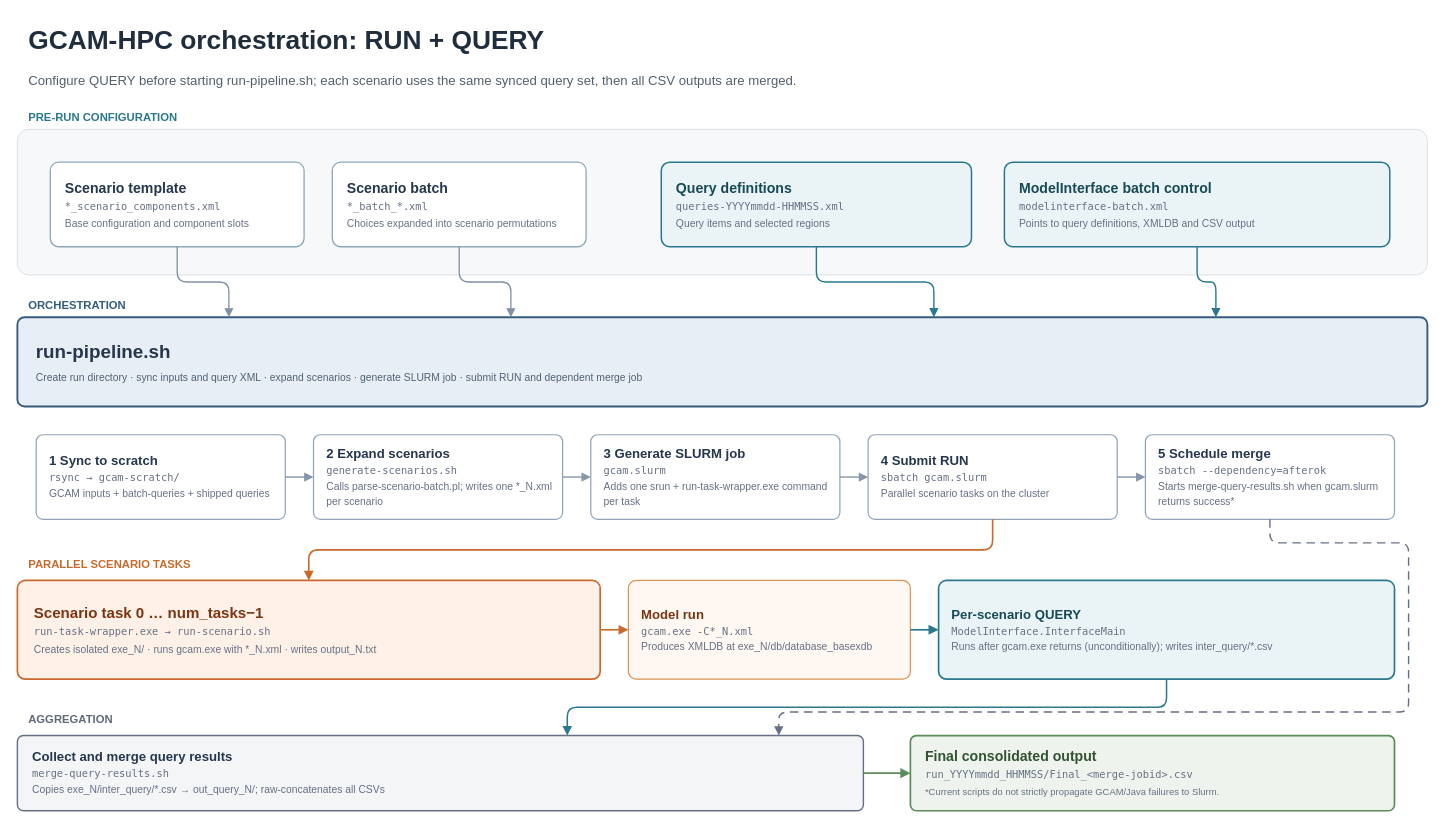
jerrysong0128/gcam-hpc-PKU keeps this draw.io diagram as asset/tutorial/gcam-hpc-tutorial.drawio. Above is the earlier version. Source tidied: cells renumbered, new cells numbered last; positions are measured from the earlier drawing's top-left corner, leaving out a move shared by most shapes. Both pictures are drawn from the tidied source at 94%, with x=0, y=0 at pixel (17, 16).
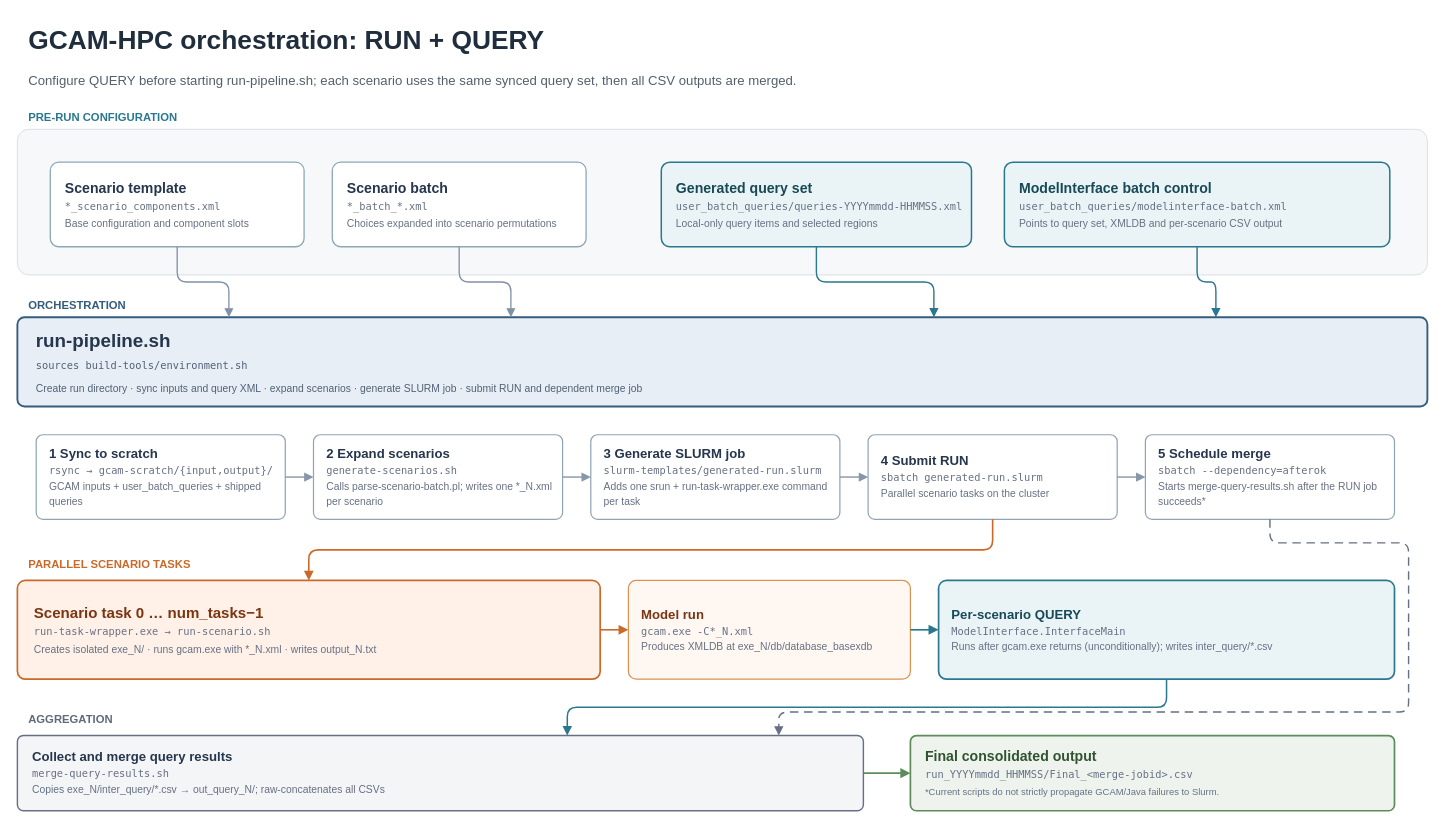
Above is the later version.

Commit message (it also covers changes not shown here):
Align documentation with the canonical GCAM-HPC workflow

Update README paths, runtime layout and query guidance, and revise the RUN plus QUERY architecture diagram for build-tools setup, local user query files and generated Slurm jobs.

The edit, as a diff of the source:
```diff
@@
-    <mxCell id="8" value="&lt;b&gt;Query definitions&lt;/b&gt;&lt;br&gt;&lt;span style=&quot;font-family:Menlo;font-size:11px;color:#667085&quot;&gt;queries-YYYYmmdd-HHMMSS.xml&lt;/span&gt;&lt;br&gt;&lt;span style=&quot;font-size:11px;color:#667085&quot;&gt;Query items and selected regions&lt;/span&gt;" style="rounded=1;arcSize=10;whiteSpace=wrap;html=1;fillColor=#EAF4F6;strokeColor=#2A788E;strokeWidth=1.6;fontFamily=Helvetica;fontSize=15;fontColor=#174A56;align=left;verticalAlign=middle;spacingLeft=14;" parent="1" vertex="1">
+    <mxCell id="8" value="&lt;b&gt;Generated query set&lt;/b&gt;&lt;br&gt;&lt;span style=&quot;font-family:Menlo;font-size:11px;color:#667085&quot;&gt;user_batch_queries/queries-YYYYmmdd-HHMMSS.xml&lt;/span&gt;&lt;br&gt;&lt;span style=&quot;font-size:11px;color:#667085&quot;&gt;Local-only query items and selected regions&lt;/span&gt;" style="rounded=1;arcSize=10;whiteSpace=wrap;html=1;fillColor=#EAF4F6;strokeColor=#2A788E;strokeWidth=1.6;fontFamily=Helvetica;fontSize=15;fontColor=#174A56;align=left;verticalAlign=middle;spacingLeft=14;" parent="1" vertex="1">
       <mxGeometry x="685" y="155" width="330" height="90" as="geometry" />
     </mxCell>
-    <mxCell id="9" value="&lt;b&gt;ModelInterface batch control&lt;/b&gt;&lt;br&gt;&lt;span style=&quot;font-family:Menlo;font-size:11px;color:#667085&quot;&gt;modelinterface-batch.xml&lt;/span&gt;&lt;br&gt;&lt;span style=&quot;font-size:11px;color:#667085&quot;&gt;Points to query definitions, XMLDB and CSV output&lt;/span&gt;" style="rounded=1;arcSize=10;whiteSpace=wrap;html=1;fillColor=#EAF4F6;strokeColor=#2A788E;strokeWidth=1.6;fontFamily=Helvetica;fontSize=15;fontColor=#174A56;align=left;verticalAlign=middle;spacingLeft=14;" parent="1" vertex="1">
+    <mxCell id="9" value="&lt;b&gt;ModelInterface batch control&lt;/b&gt;&lt;br&gt;&lt;span style=&quot;font-family:Menlo;font-size:11px;color:#667085&quot;&gt;user_batch_queries/modelinterface-batch.xml&lt;/span&gt;&lt;br&gt;&lt;span style=&quot;font-size:11px;color:#667085&quot;&gt;Points to query set, XMLDB and per-scenario CSV output&lt;/span&gt;" style="rounded=1;arcSize=10;whiteSpace=wrap;html=1;fillColor=#EAF4F6;strokeColor=#2A788E;strokeWidth=1.6;fontFamily=Helvetica;fontSize=15;fontColor=#174A56;align=left;verticalAlign=middle;spacingLeft=14;" parent="1" vertex="1">
       <mxGeometry x="1050" y="155" width="410" height="90" as="geometry" />
     </mxCell>
@@
-    <mxCell id="11" value="&lt;b&gt;run-pipeline.sh&lt;/b&gt;&lt;br&gt;&lt;span style=&quot;font-size:11px;color:#506176&quot;&gt;Create run directory · sync inputs and query XML · expand scenarios · generate SLURM job · submit RUN and dependent merge job&lt;/span&gt;" style="rounded=1;arcSize=8;whiteSpace=wrap;html=1;fillColor=#E8EEF5;strokeColor=#355C7D;strokeWidth=2;fontFamily=Helvetica;fontSize=20;fontColor=#25364D;align=left;verticalAlign=middle;spacingLeft=18;" parent="1" vertex="1">
+    <mxCell id="11" value="&lt;b&gt;run-pipeline.sh&lt;/b&gt;&lt;br&gt;&lt;span style=&quot;font-family:Menlo;font-size:11px;color:#506176&quot;&gt;sources build-tools/environment.sh&lt;/span&gt;&lt;br&gt;&lt;span style=&quot;font-size:11px;color:#506176&quot;&gt;Create run directory · sync inputs and query XML · expand scenarios · generate SLURM job · submit RUN and dependent merge job&lt;/span&gt;" style="rounded=1;arcSize=8;whiteSpace=wrap;html=1;fillColor=#E8EEF5;strokeColor=#355C7D;strokeWidth=2;fontFamily=Helvetica;fontSize=20;fontColor=#25364D;align=left;verticalAlign=middle;spacingLeft=18;" parent="1" vertex="1">
       <mxGeometry y="320" width="1500" height="95" as="geometry" />
     </mxCell>
-    <mxCell id="12" value="&lt;b&gt;1  Sync to scratch&lt;/b&gt;&lt;br&gt;&lt;span style=&quot;font-family:Menlo;font-size:11px;color:#667085&quot;&gt;rsync → gcam-scratch/&lt;/span&gt;&lt;br&gt;&lt;span style=&quot;font-size:11px;color:#667085&quot;&gt;GCAM inputs + batch-queries + shipped queries&lt;/span&gt;" style="rounded=1;arcSize=8;whiteSpace=wrap;html=1;fillColor=#FFFFFF;strokeColor=#91A4B7;strokeWidth=1.3;fontFamily=Helvetica;fontSize=14;fontColor=#25364D;align=left;verticalAlign=middle;spacingLeft=12;" parent="1" vertex="1">
+    <mxCell id="12" value="&lt;b&gt;1  Sync to scratch&lt;/b&gt;&lt;br&gt;&lt;span style=&quot;font-family:Menlo;font-size:11px;color:#667085&quot;&gt;rsync → gcam-scratch/{input,output}/&lt;/span&gt;&lt;br&gt;&lt;span style=&quot;font-size:11px;color:#667085&quot;&gt;GCAM inputs + user_batch_queries + shipped queries&lt;/span&gt;" style="rounded=1;arcSize=8;whiteSpace=wrap;html=1;fillColor=#FFFFFF;strokeColor=#91A4B7;strokeWidth=1.3;fontFamily=Helvetica;fontSize=14;fontColor=#25364D;align=left;verticalAlign=middle;spacingLeft=12;" parent="1" vertex="1">
       <mxGeometry x="20" y="445" width="265" height="90" as="geometry" />
     </mxCell>
@@
-    <mxCell id="14" value="&lt;b&gt;3  Generate SLURM job&lt;/b&gt;&lt;br&gt;&lt;span style=&quot;font-family:Menlo;font-size:11px;color:#667085&quot;&gt;gcam.slurm&lt;/span&gt;&lt;br&gt;&lt;span style=&quot;font-size:11px;color:#667085&quot;&gt;Adds one srun + run-task-wrapper.exe command per task&lt;/span&gt;" style="rounded=1;arcSize=8;whiteSpace=wrap;html=1;fillColor=#FFFFFF;strokeColor=#91A4B7;strokeWidth=1.3;fontFamily=Helvetica;fontSize=14;fontColor=#25364D;align=left;verticalAlign=middle;spacingLeft=12;" parent="1" vertex="1">
+    <mxCell id="14" value="&lt;b&gt;3  Generate SLURM job&lt;/b&gt;&lt;br&gt;&lt;span style=&quot;font-family:Menlo;font-size:11px;color:#667085&quot;&gt;slurm-templates/generated-run.slurm&lt;/span&gt;&lt;br&gt;&lt;span style=&quot;font-size:11px;color:#667085&quot;&gt;Adds one srun + run-task-wrapper.exe command per task&lt;/span&gt;" style="rounded=1;arcSize=8;whiteSpace=wrap;html=1;fillColor=#FFFFFF;strokeColor=#91A4B7;strokeWidth=1.3;fontFamily=Helvetica;fontSize=14;fontColor=#25364D;align=left;verticalAlign=middle;spacingLeft=12;" parent="1" vertex="1">
       <mxGeometry x="610" y="445" width="265" height="90" as="geometry" />
     </mxCell>
-    <mxCell id="15" value="&lt;b&gt;4  Submit RUN&lt;/b&gt;&lt;br&gt;&lt;span style=&quot;font-family:Menlo;font-size:11px;color:#667085&quot;&gt;sbatch gcam.slurm&lt;/span&gt;&lt;br&gt;&lt;span style=&quot;font-size:11px;color:#667085&quot;&gt;Parallel scenario tasks on the cluster&lt;/span&gt;" style="rounded=1;arcSize=8;whiteSpace=wrap;html=1;fillColor=#FFFFFF;strokeColor=#91A4B7;strokeWidth=1.3;fontFamily=Helvetica;fontSize=14;fontColor=#25364D;align=left;verticalAlign=middle;spacingLeft=12;" parent="1" vertex="1">
+    <mxCell id="15" value="&lt;b&gt;4  Submit RUN&lt;/b&gt;&lt;br&gt;&lt;span style=&quot;font-family:Menlo;font-size:11px;color:#667085&quot;&gt;sbatch generated-run.slurm&lt;/span&gt;&lt;br&gt;&lt;span style=&quot;font-size:11px;color:#667085&quot;&gt;Parallel scenario tasks on the cluster&lt;/span&gt;" style="rounded=1;arcSize=8;whiteSpace=wrap;html=1;fillColor=#FFFFFF;strokeColor=#91A4B7;strokeWidth=1.3;fontFamily=Helvetica;fontSize=14;fontColor=#25364D;align=left;verticalAlign=middle;spacingLeft=12;" parent="1" vertex="1">
       <mxGeometry x="905" y="445" width="265" height="90" as="geometry" />
     </mxCell>
-    <mxCell id="16" value="&lt;b&gt;5  Schedule merge&lt;/b&gt;&lt;br&gt;&lt;span style=&quot;font-family:Menlo;font-size:11px;color:#667085&quot;&gt;sbatch --dependency=afterok&lt;/span&gt;&lt;br&gt;&lt;span style=&quot;font-size:11px;color:#667085&quot;&gt;Starts merge-query-results.sh when gcam.slurm returns success*&lt;/span&gt;" style="rounded=1;arcSize=8;whiteSpace=wrap;html=1;fillColor=#FFFFFF;strokeColor=#91A4B7;strokeWidth=1.3;fontFamily=Helvetica;fontSize=14;fontColor=#25364D;align=left;verticalAlign=middle;spacingLeft=12;" parent="1" vertex="1">
+    <mxCell id="16" value="&lt;b&gt;5  Schedule merge&lt;/b&gt;&lt;br&gt;&lt;span style=&quot;font-family:Menlo;font-size:11px;color:#667085&quot;&gt;sbatch --dependency=afterok&lt;/span&gt;&lt;br&gt;&lt;span style=&quot;font-size:11px;color:#667085&quot;&gt;Starts merge-query-results.sh after the RUN job succeeds*&lt;/span&gt;" style="rounded=1;arcSize=8;whiteSpace=wrap;html=1;fillColor=#FFFFFF;strokeColor=#91A4B7;strokeWidth=1.3;fontFamily=Helvetica;fontSize=14;fontColor=#25364D;align=left;verticalAlign=middle;spacingLeft=12;" parent="1" vertex="1">
       <mxGeometry x="1200" y="445" width="265" height="90" as="geometry" />
     </mxCell>
```
